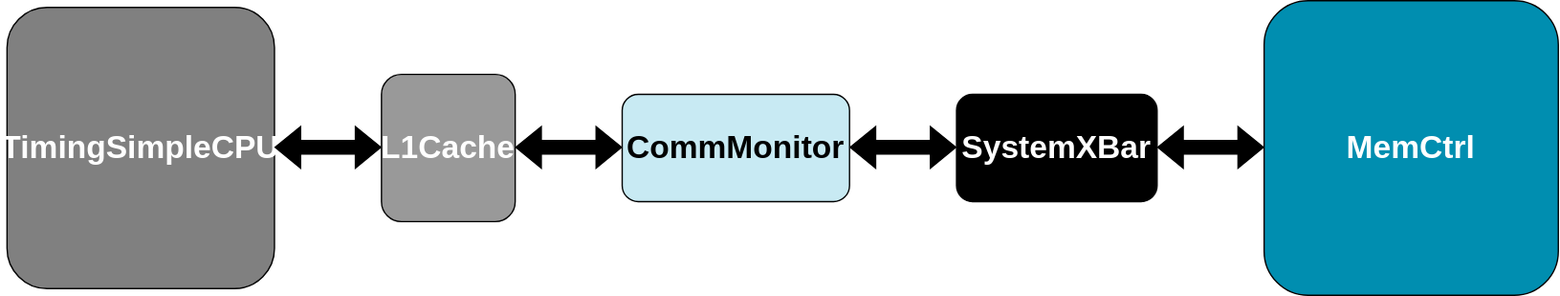
Earlier version of the draw.io export slides/02-Using-gem5/06-memory-imgs/comm-monitor-1.drawio.svg (huydinhtran/gem5-2024-bootcamp). Source tidied: cells renumbered, new cells last; positions are measured from the earlier drawing's top-left corner, leaving out a move shared by most shapes.
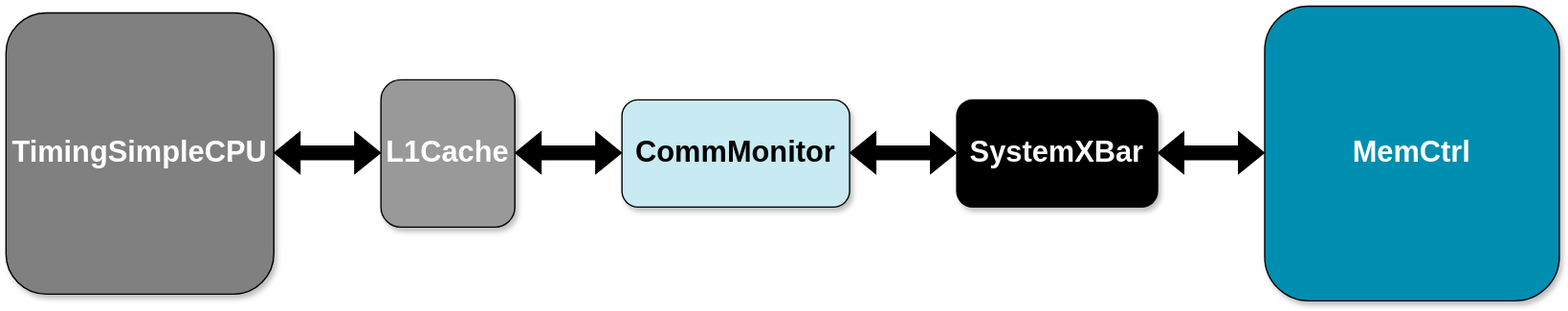
Above is the later version.

Change to the diagram source:
```diff
@@ -2,13 +2,13 @@
   <root>
     <mxCell id="0" />
     <mxCell id="1" parent="0" />
-    <mxCell id="2" value="TimingSimpleCPU" style="rounded=1;whiteSpace=wrap;html=1;fontSize=24;fontStyle=1;fillColor=#808080;fontColor=#FFFFFF;" parent="1" vertex="1">
+    <mxCell id="2" value="TimingSimpleCPU" style="rounded=1;whiteSpace=wrap;html=1;fontSize=22;fontStyle=1;fillColor=#808080;fontColor=#FFFFFF;shadow=1;" parent="1" vertex="1">
       <mxGeometry y="5" width="200" height="210" as="geometry" />
     </mxCell>
-    <mxCell id="3" value="SystemXBar" style="rounded=1;whiteSpace=wrap;html=1;fontSize=24;fontStyle=1;fillColor=#000000;fontColor=#FFFFFF;" parent="1" vertex="1">
+    <mxCell id="3" value="SystemXBar" style="rounded=1;whiteSpace=wrap;html=1;fontSize=22;fontStyle=1;fillColor=#000000;fontColor=#FFFFFF;shadow=1;" parent="1" vertex="1">
       <mxGeometry x="710" y="70" width="150" height="80" as="geometry" />
     </mxCell>
-    <mxCell id="4" value="MemCtrl" style="rounded=1;whiteSpace=wrap;html=1;fontSize=24;fontStyle=1;fillColor=#008EB0;fontColor=#FFFFFF;" parent="1" vertex="1">
+    <mxCell id="4" value="MemCtrl" style="rounded=1;whiteSpace=wrap;html=1;fontSize=22;fontStyle=1;fillColor=#008EB0;fontColor=#FFFFFF;shadow=1;" parent="1" vertex="1">
       <mxGeometry x="940" width="220" height="220" as="geometry" />
     </mxCell>
     <mxCell id="5" style="shape=flexArrow;endArrow=classic;startArrow=classic;html=1;rounded=0;strokeColor=#000000;fillColor=#000000;" parent="1" edge="1">
@@ -23,7 +23,7 @@
         <mxPoint x="710" y="109.5" as="targetPoint" />
       </mxGeometry>
     </mxCell>
-    <mxCell id="7" value="CommMonitor" style="rounded=1;whiteSpace=wrap;html=1;fontSize=24;fontStyle=1;fillColor=#C8EAF3;fontColor=#000000;" parent="1" vertex="1">
+    <mxCell id="7" value="CommMonitor" style="rounded=1;whiteSpace=wrap;html=1;fontSize=22;fontStyle=1;fillColor=#C8EAF3;fontColor=#000000;shadow=1;" parent="1" vertex="1">
       <mxGeometry x="460" y="70" width="170" height="80" as="geometry" />
     </mxCell>
     <mxCell id="8" style="shape=flexArrow;endArrow=classic;startArrow=classic;html=1;rounded=0;strokeColor=#000000;fillColor=#000000;" parent="1" edge="1">
@@ -32,7 +32,7 @@
         <mxPoint x="940" y="109.5" as="targetPoint" />
       </mxGeometry>
     </mxCell>
-    <mxCell id="9" value="L1Cache" style="rounded=1;whiteSpace=wrap;html=1;fontSize=24;fontStyle=1;fillColor=#999999;fontColor=#FFFFFF;" parent="1" vertex="1">
+    <mxCell id="9" value="L1Cache" style="rounded=1;whiteSpace=wrap;html=1;fontSize=22;fontStyle=1;fillColor=#999999;fontColor=#FFFFFF;shadow=1;" parent="1" vertex="1">
       <mxGeometry x="280" y="55" width="100" height="110" as="geometry" />
     </mxCell>
     <mxCell id="10" style="shape=flexArrow;endArrow=classic;startArrow=classic;html=1;rounded=0;strokeColor=#000000;fillColor=#000000;" parent="1" edge="1">
```
